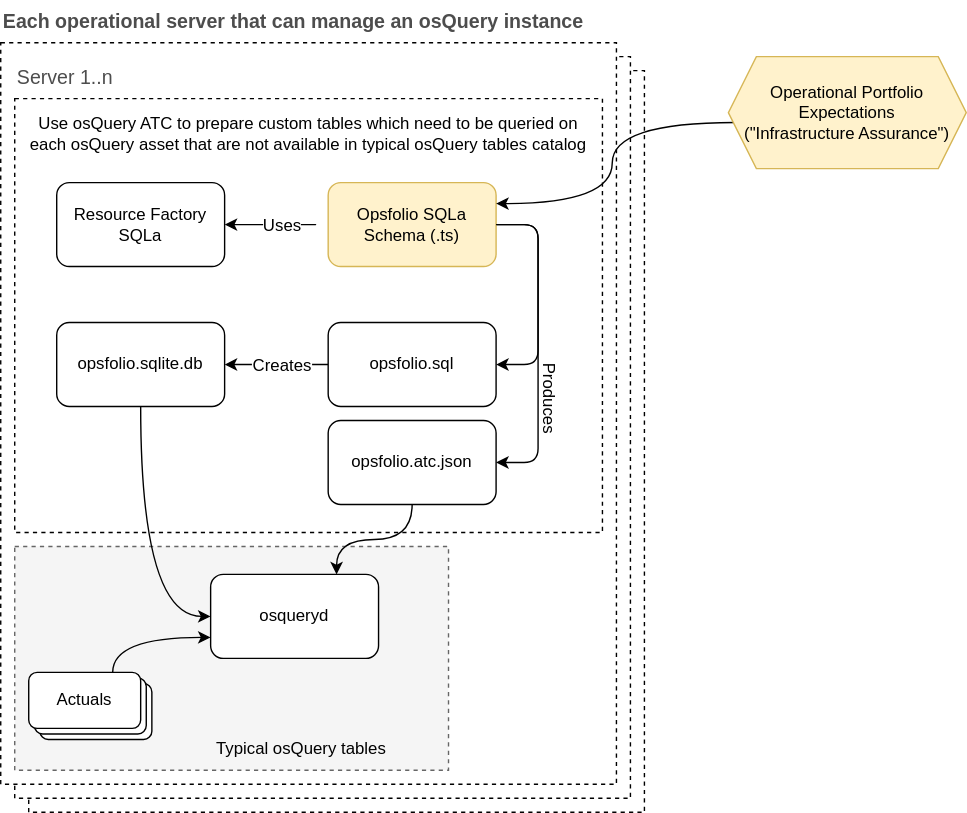
Before: support/docs/architecture.drawio.svg, a diagram exported from draw.io (geovlazar/core). Source tidied: cells renumbered, new cells last; positions are measured from the earlier drawing's top-left corner, leaving out a move shared by most shapes. The source it was exported from:
```xml
<mxGraphModel>
  <root>
    <mxCell id="0" />
    <mxCell id="1" parent="0" />
    <mxCell id="2" style="rounded=0;whiteSpace=wrap;html=1;fontSize=12;dashed=1;" parent="1" vertex="1">
      <mxGeometry x="20" y="50" width="440" height="530" as="geometry" />
    </mxCell>
    <mxCell id="3" style="rounded=0;whiteSpace=wrap;html=1;fontSize=12;dashed=1;" parent="1" vertex="1">
      <mxGeometry x="10" y="40" width="440" height="530" as="geometry" />
    </mxCell>
    <mxCell id="4" style="rounded=0;whiteSpace=wrap;html=1;fontSize=12;dashed=1;" parent="1" vertex="1">
      <mxGeometry y="30" width="440" height="530" as="geometry" />
    </mxCell>
    <mxCell id="5" style="rounded=0;whiteSpace=wrap;html=1;fontSize=12;dashed=1;fillColor=#f5f5f5;fontColor=#333333;strokeColor=#666666;" parent="1" vertex="1">
      <mxGeometry x="10" y="390" width="310" height="160" as="geometry" />
    </mxCell>
    <mxCell id="6" style="rounded=0;whiteSpace=wrap;html=1;fontSize=12;dashed=1;" parent="1" vertex="1">
      <mxGeometry x="10" y="70" width="420" height="310" as="geometry" />
    </mxCell>
    <mxCell id="7" value="Resource Factory SQLa" style="rounded=1;whiteSpace=wrap;html=1;" parent="1" vertex="1">
      <mxGeometry x="40" y="130" width="120" height="60" as="geometry" />
    </mxCell>
    <mxCell id="8" style="edgeStyle=entityRelationEdgeStyle;html=1;fontSize=16;" parent="1" edge="1" target="7">
      <mxGeometry relative="1" as="geometry">
        <mxPoint x="200" y="160" as="sourcePoint" />
      </mxGeometry>
    </mxCell>
    <mxCell id="9" value="Uses" style="edgeLabel;html=1;align=center;verticalAlign=middle;fontSize=12;" parent="8" vertex="1">
      <mxGeometry x="0.47" y="-2" relative="1" as="geometry">
        <mxPoint x="14" y="2" as="offset" />
      </mxGeometry>
    </mxCell>
    <mxCell id="10" style="edgeStyle=entityRelationEdgeStyle;html=1;fontSize=16;" parent="1" edge="1" source="12" target="15">
      <mxGeometry relative="1" as="geometry" />
    </mxCell>
    <mxCell id="11" value="Produces" style="edgeLabel;html=1;align=center;verticalAlign=middle;fontSize=12;rotation=90;" parent="10" vertex="1">
      <mxGeometry y="1" relative="1" as="geometry">
        <mxPoint x="8" y="73" as="offset" />
      </mxGeometry>
    </mxCell>
    <mxCell id="12" value="Opsfolio SQLa Schema (.ts)" style="rounded=1;whiteSpace=wrap;html=1;fillColor=#fff2cc;strokeColor=#d6b656;" parent="1" vertex="1">
      <mxGeometry x="234" y="130" width="120" height="60" as="geometry" />
    </mxCell>
    <mxCell id="13" style="edgeStyle=entityRelationEdgeStyle;html=1;fontSize=12;" parent="1" edge="1" source="15" target="17">
      <mxGeometry relative="1" as="geometry" />
    </mxCell>
    <mxCell id="14" value="Creates" style="edgeLabel;html=1;align=center;verticalAlign=middle;fontSize=12;" parent="13" vertex="1">
      <mxGeometry x="0.17" relative="1" as="geometry">
        <mxPoint x="9" as="offset" />
      </mxGeometry>
    </mxCell>
    <mxCell id="15" value="opsfolio.sql" style="rounded=1;whiteSpace=wrap;html=1;" parent="1" vertex="1">
      <mxGeometry x="234" y="230" width="120" height="60" as="geometry" />
    </mxCell>
    <mxCell id="16" style="edgeStyle=orthogonalEdgeStyle;curved=1;html=1;exitX=0.5;exitY=1;exitDx=0;exitDy=0;entryX=0;entryY=0.5;entryDx=0;entryDy=0;fontSize=12;" parent="1" edge="1" source="17" target="21">
      <mxGeometry relative="1" as="geometry" />
    </mxCell>
    <mxCell id="17" value="opsfolio.sqlite.db" style="rounded=1;whiteSpace=wrap;html=1;" parent="1" vertex="1">
      <mxGeometry x="40" y="230" width="120" height="60" as="geometry" />
    </mxCell>
    <mxCell id="18" style="edgeStyle=orthogonalEdgeStyle;curved=1;html=1;exitX=0.5;exitY=1;exitDx=0;exitDy=0;entryX=0.75;entryY=0;entryDx=0;entryDy=0;fontSize=12;" parent="1" edge="1" source="19" target="21">
      <mxGeometry relative="1" as="geometry" />
    </mxCell>
    <mxCell id="19" value="opsfolio.atc.json" style="rounded=1;whiteSpace=wrap;html=1;" parent="1" vertex="1">
      <mxGeometry x="234" y="300" width="120" height="60" as="geometry" />
    </mxCell>
    <mxCell id="20" style="edgeStyle=entityRelationEdgeStyle;html=1;fontSize=16;exitX=1;exitY=0.5;exitDx=0;exitDy=0;" parent="1" edge="1" source="12" target="19">
      <mxGeometry relative="1" as="geometry" />
    </mxCell>
    <mxCell id="21" value="osqueryd" style="rounded=1;whiteSpace=wrap;html=1;" parent="1" vertex="1">
      <mxGeometry x="150" y="410" width="120" height="60" as="geometry" />
    </mxCell>
    <mxCell id="22" value="Use osQuery ATC to prepare custom tables which need to be queried on each osQuery asset that are not available in typical osQuery tables catalog" style="text;html=1;strokeColor=none;fillColor=none;align=center;verticalAlign=middle;whiteSpace=wrap;rounded=0;dashed=1;fontSize=12;" parent="1" vertex="1">
      <mxGeometry x="20" y="80" width="400" height="30" as="geometry" />
    </mxCell>
    <mxCell id="23" value="Typical osQuery tables" style="text;html=1;strokeColor=none;fillColor=none;align=center;verticalAlign=middle;whiteSpace=wrap;rounded=0;dashed=1;fontSize=12;" parent="1" vertex="1">
      <mxGeometry x="40" y="520" width="350" height="30" as="geometry" />
    </mxCell>
    <mxCell id="24" style="edgeStyle=orthogonalEdgeStyle;curved=1;html=1;fontSize=12;entryX=1;entryY=0.25;entryDx=0;entryDy=0;exitX=0.029;exitY=0.588;exitDx=0;exitDy=0;exitPerimeter=0;" parent="1" edge="1" source="25" target="12">
      <mxGeometry relative="1" as="geometry" />
    </mxCell>
    <mxCell id="25" value="Operational Portfolio Expectations&lt;br&gt;(&quot;Infrastructure Assurance&quot;)" style="shape=hexagon;perimeter=hexagonPerimeter2;whiteSpace=wrap;html=1;fixedSize=1;fontSize=12;fillColor=#fff2cc;strokeColor=#d6b656;" parent="1" vertex="1">
      <mxGeometry x="520" y="40" width="170" height="80" as="geometry" />
    </mxCell>
    <mxCell id="26" value="osqueryd" style="rounded=1;whiteSpace=wrap;html=1;" parent="1" vertex="1">
      <mxGeometry x="28" y="488" width="80" height="40" as="geometry" />
    </mxCell>
    <mxCell id="27" value="osqueryd" style="rounded=1;whiteSpace=wrap;html=1;" parent="1" vertex="1">
      <mxGeometry x="24" y="484" width="80" height="40" as="geometry" />
    </mxCell>
    <mxCell id="28" style="edgeStyle=orthogonalEdgeStyle;curved=1;html=1;exitX=0.75;exitY=0;exitDx=0;exitDy=0;entryX=0;entryY=0.75;entryDx=0;entryDy=0;fontSize=12;" parent="1" edge="1" source="29" target="21">
      <mxGeometry relative="1" as="geometry" />
    </mxCell>
    <mxCell id="29" value="Actuals" style="rounded=1;whiteSpace=wrap;html=1;" parent="1" vertex="1">
      <mxGeometry x="20" y="480" width="80" height="40" as="geometry" />
    </mxCell>
    <mxCell id="30" value="Each operational server that can manage an osQuery instance" style="text;html=1;strokeColor=none;fillColor=none;align=left;verticalAlign=middle;whiteSpace=wrap;rounded=0;fontSize=14;fontColor=#4D4D4D;fontStyle=1;" parent="1" vertex="1">
      <mxGeometry width="430" height="30" as="geometry" />
    </mxCell>
    <mxCell id="31" value="Server 1..n" style="text;html=1;strokeColor=none;fillColor=none;align=left;verticalAlign=middle;whiteSpace=wrap;rounded=0;fontSize=14;fontColor=#4D4D4D;" parent="1" vertex="1">
      <mxGeometry x="10" y="40" width="430" height="30" as="geometry" />
    </mxCell>
  </root>
</mxGraphModel>
```
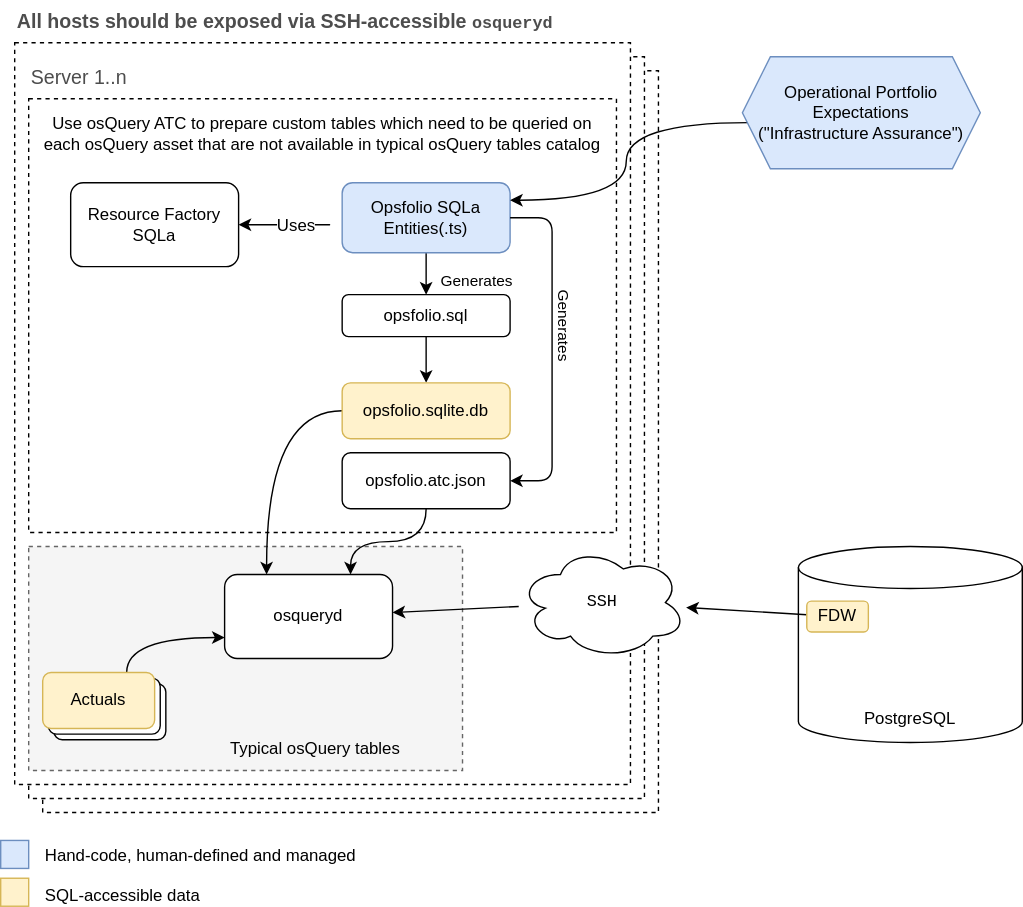
The same diagram one commit later.

Commit message:
docs: elaborate architecture

What changed in the source:
```diff
@@ -30,43 +30,38 @@
         <mxPoint x="14" y="2" as="offset" />
       </mxGeometry>
     </mxCell>
-    <mxCell id="10" style="edgeStyle=entityRelationEdgeStyle;html=1;fontSize=16;" parent="1" edge="1" source="12" target="15">
-      <mxGeometry relative="1" as="geometry" />
+    <mxCell id="10" value="Generates" style="edgeStyle=none;html=1;entryX=0.5;entryY=0;entryDx=0;entryDy=0;" parent="1" edge="1" source="12" target="15">
+      <mxGeometry x="0.33" y="36" relative="1" as="geometry" />
     </mxCell>
-    <mxCell id="11" value="Produces" style="edgeLabel;html=1;align=center;verticalAlign=middle;fontSize=12;rotation=90;" parent="10" vertex="1">
-      <mxGeometry y="1" relative="1" as="geometry">
-        <mxPoint x="8" y="73" as="offset" />
-      </mxGeometry>
-    </mxCell>
-    <mxCell id="12" value="Opsfolio SQLa Schema (.ts)" style="rounded=1;whiteSpace=wrap;html=1;fillColor=#fff2cc;strokeColor=#d6b656;" parent="1" vertex="1">
-      <mxGeometry x="234" y="130" width="120" height="60" as="geometry" />
+    <mxCell id="12" value="Opsfolio SQLa Entities(.ts)" style="rounded=1;whiteSpace=wrap;html=1;fillColor=#dae8fc;strokeColor=#6c8ebf;" parent="1" vertex="1">
+      <mxGeometry x="234" y="130" width="120" height="50" as="geometry" />
     </mxCell>
-    <mxCell id="13" style="edgeStyle=entityRelationEdgeStyle;html=1;fontSize=12;" parent="1" edge="1" source="15" target="17">
+    <mxCell id="13" style="edgeStyle=none;html=1;entryX=0.5;entryY=0;entryDx=0;entryDy=0;" parent="1" edge="1" source="15" target="17">
       <mxGeometry relative="1" as="geometry" />
     </mxCell>
-    <mxCell id="14" value="Creates" style="edgeLabel;html=1;align=center;verticalAlign=middle;fontSize=12;" parent="13" vertex="1">
-      <mxGeometry x="0.17" relative="1" as="geometry">
-        <mxPoint x="9" as="offset" />
-      </mxGeometry>
-    </mxCell>
     <mxCell id="15" value="opsfolio.sql" style="rounded=1;whiteSpace=wrap;html=1;" parent="1" vertex="1">
-      <mxGeometry x="234" y="230" width="120" height="60" as="geometry" />
+      <mxGeometry x="234" y="210" width="120" height="30" as="geometry" />
     </mxCell>
-    <mxCell id="16" style="edgeStyle=orthogonalEdgeStyle;curved=1;html=1;exitX=0.5;exitY=1;exitDx=0;exitDy=0;entryX=0;entryY=0.5;entryDx=0;entryDy=0;fontSize=12;" parent="1" edge="1" source="17" target="21">
+    <mxCell id="16" style="edgeStyle=orthogonalEdgeStyle;curved=1;html=1;exitX=0;exitY=0.5;exitDx=0;exitDy=0;entryX=0.25;entryY=0;entryDx=0;entryDy=0;fontSize=12;" parent="1" edge="1" source="17" target="21">
       <mxGeometry relative="1" as="geometry" />
     </mxCell>
-    <mxCell id="17" value="opsfolio.sqlite.db" style="rounded=1;whiteSpace=wrap;html=1;" parent="1" vertex="1">
-      <mxGeometry x="40" y="230" width="120" height="60" as="geometry" />
+    <mxCell id="17" value="opsfolio.sqlite.db" style="rounded=1;whiteSpace=wrap;html=1;fillColor=#fff2cc;strokeColor=#d6b656;" parent="1" vertex="1">
+      <mxGeometry x="234" y="273" width="120" height="40" as="geometry" />
     </mxCell>
     <mxCell id="18" style="edgeStyle=orthogonalEdgeStyle;curved=1;html=1;exitX=0.5;exitY=1;exitDx=0;exitDy=0;entryX=0.75;entryY=0;entryDx=0;entryDy=0;fontSize=12;" parent="1" edge="1" source="19" target="21">
       <mxGeometry relative="1" as="geometry" />
     </mxCell>
     <mxCell id="19" value="opsfolio.atc.json" style="rounded=1;whiteSpace=wrap;html=1;" parent="1" vertex="1">
-      <mxGeometry x="234" y="300" width="120" height="60" as="geometry" />
+      <mxGeometry x="234" y="323" width="120" height="40" as="geometry" />
     </mxCell>
     <mxCell id="20" style="edgeStyle=entityRelationEdgeStyle;html=1;fontSize=16;exitX=1;exitY=0.5;exitDx=0;exitDy=0;" parent="1" edge="1" source="12" target="19">
       <mxGeometry relative="1" as="geometry" />
     </mxCell>
+    <mxCell id="32" value="Generates" style="edgeLabel;html=1;align=center;verticalAlign=middle;rotation=90;" parent="20" vertex="1">
+      <mxGeometry x="-0.15" y="2" relative="1" as="geometry">
+        <mxPoint x="8" as="offset" />
+      </mxGeometry>
+    </mxCell>
     <mxCell id="21" value="osqueryd" style="rounded=1;whiteSpace=wrap;html=1;" parent="1" vertex="1">
       <mxGeometry x="150" y="410" width="120" height="60" as="geometry" />
     </mxCell>
@@ -79,7 +74,7 @@
     <mxCell id="24" style="edgeStyle=orthogonalEdgeStyle;curved=1;html=1;fontSize=12;entryX=1;entryY=0.25;entryDx=0;entryDy=0;exitX=0.029;exitY=0.588;exitDx=0;exitDy=0;exitPerimeter=0;" parent="1" edge="1" source="25" target="12">
       <mxGeometry relative="1" as="geometry" />
     </mxCell>
-    <mxCell id="25" value="Operational Portfolio Expectations&lt;br&gt;(&quot;Infrastructure Assurance&quot;)" style="shape=hexagon;perimeter=hexagonPerimeter2;whiteSpace=wrap;html=1;fixedSize=1;fontSize=12;fillColor=#fff2cc;strokeColor=#d6b656;" parent="1" vertex="1">
+    <mxCell id="25" value="Operational Portfolio Expectations&lt;br&gt;(&quot;Infrastructure Assurance&quot;)" style="shape=hexagon;perimeter=hexagonPerimeter2;whiteSpace=wrap;html=1;fixedSize=1;fontSize=12;fillColor=#dae8fc;strokeColor=#6c8ebf;" parent="1" vertex="1">
       <mxGeometry x="520" y="40" width="170" height="80" as="geometry" />
     </mxCell>
     <mxCell id="26" value="osqueryd" style="rounded=1;whiteSpace=wrap;html=1;" parent="1" vertex="1">
@@ -91,14 +86,41 @@
     <mxCell id="28" style="edgeStyle=orthogonalEdgeStyle;curved=1;html=1;exitX=0.75;exitY=0;exitDx=0;exitDy=0;entryX=0;entryY=0.75;entryDx=0;entryDy=0;fontSize=12;" parent="1" edge="1" source="29" target="21">
       <mxGeometry relative="1" as="geometry" />
     </mxCell>
-    <mxCell id="29" value="Actuals" style="rounded=1;whiteSpace=wrap;html=1;" parent="1" vertex="1">
+    <mxCell id="29" value="Actuals" style="rounded=1;whiteSpace=wrap;html=1;fillColor=#fff2cc;strokeColor=#d6b656;" parent="1" vertex="1">
       <mxGeometry x="20" y="480" width="80" height="40" as="geometry" />
     </mxCell>
-    <mxCell id="30" value="Each operational server that can manage an osQuery instance" style="text;html=1;strokeColor=none;fillColor=none;align=left;verticalAlign=middle;whiteSpace=wrap;rounded=0;fontSize=14;fontColor=#4D4D4D;fontStyle=1;" parent="1" vertex="1">
-      <mxGeometry width="430" height="30" as="geometry" />
+    <mxCell id="30" value="All hosts should be exposed via SSH-accessible&amp;nbsp;&lt;font face=&quot;Courier New&quot; style=&quot;font-size: 12px&quot;&gt;osqueryd&lt;/font&gt;" style="text;html=1;strokeColor=none;fillColor=none;align=left;verticalAlign=middle;whiteSpace=wrap;rounded=0;fontSize=14;fontColor=#4D4D4D;fontStyle=1;" parent="1" vertex="1">
+      <mxGeometry width="460" height="30" as="geometry" />
     </mxCell>
     <mxCell id="31" value="Server 1..n" style="text;html=1;strokeColor=none;fillColor=none;align=left;verticalAlign=middle;whiteSpace=wrap;rounded=0;fontSize=14;fontColor=#4D4D4D;" parent="1" vertex="1">
       <mxGeometry x="10" y="40" width="430" height="30" as="geometry" />
     </mxCell>
+    <mxCell id="33" style="edgeStyle=none;html=1;fontFamily=Courier New;fontSize=12;" parent="1" edge="1" source="34" target="21">
+      <mxGeometry relative="1" as="geometry" />
+    </mxCell>
+    <mxCell id="34" value="SSH" style="ellipse;shape=cloud;whiteSpace=wrap;html=1;fontFamily=Courier New;fontSize=12;" parent="1" vertex="1">
+      <mxGeometry x="360" y="390" width="120" height="80" as="geometry" />
+    </mxCell>
+    <mxCell id="35" style="shape=cylinder3;whiteSpace=wrap;html=1;boundedLbl=1;backgroundOutline=1;size=15;fontFamily=Helvetica;fontSize=12;" parent="1" vertex="1">
+      <mxGeometry x="560" y="390" width="160" height="140" as="geometry" />
+    </mxCell>
+    <mxCell id="36" value="PostgreSQL" style="text;html=1;strokeColor=none;fillColor=none;align=center;verticalAlign=middle;whiteSpace=wrap;rounded=0;fontFamily=Helvetica;fontSize=12;" parent="1" vertex="1">
+      <mxGeometry x="610" y="498" width="60" height="30" as="geometry" />
+    </mxCell>
+    <mxCell id="37" style="edgeStyle=none;html=1;fontFamily=Helvetica;fontSize=12;" parent="1" edge="1" source="38" target="34">
+      <mxGeometry relative="1" as="geometry" />
+    </mxCell>
+    <mxCell id="38" value="FDW" style="rounded=1;whiteSpace=wrap;html=1;fontFamily=Helvetica;fontSize=12;fillColor=#fff2cc;strokeColor=#d6b656;" parent="1" vertex="1">
+      <mxGeometry x="566" y="429" width="44" height="22" as="geometry" />
+    </mxCell>
+    <mxCell id="39" value="Hand-code, human-defined and managed&lt;br&gt;&lt;br&gt;SQL-accessible data" style="text;html=1;strokeColor=none;fillColor=none;align=left;verticalAlign=middle;whiteSpace=wrap;rounded=0;fontFamily=Helvetica;fontSize=12;" parent="1" vertex="1">
+      <mxGeometry x="20" y="610" width="230" height="30" as="geometry" />
+    </mxCell>
+    <mxCell id="40" style="rounded=0;whiteSpace=wrap;html=1;fontFamily=Helvetica;fontSize=12;fillColor=#dae8fc;strokeColor=#6c8ebf;" parent="1" vertex="1">
+      <mxGeometry x="-10" y="600" width="20" height="20" as="geometry" />
+    </mxCell>
+    <mxCell id="41" style="rounded=0;whiteSpace=wrap;html=1;fontFamily=Helvetica;fontSize=12;fillColor=#fff2cc;strokeColor=#d6b656;" parent="1" vertex="1">
+      <mxGeometry x="-10" y="627" width="20" height="20" as="geometry" />
+    </mxCell>
   </root>
 </mxGraphModel>
```
